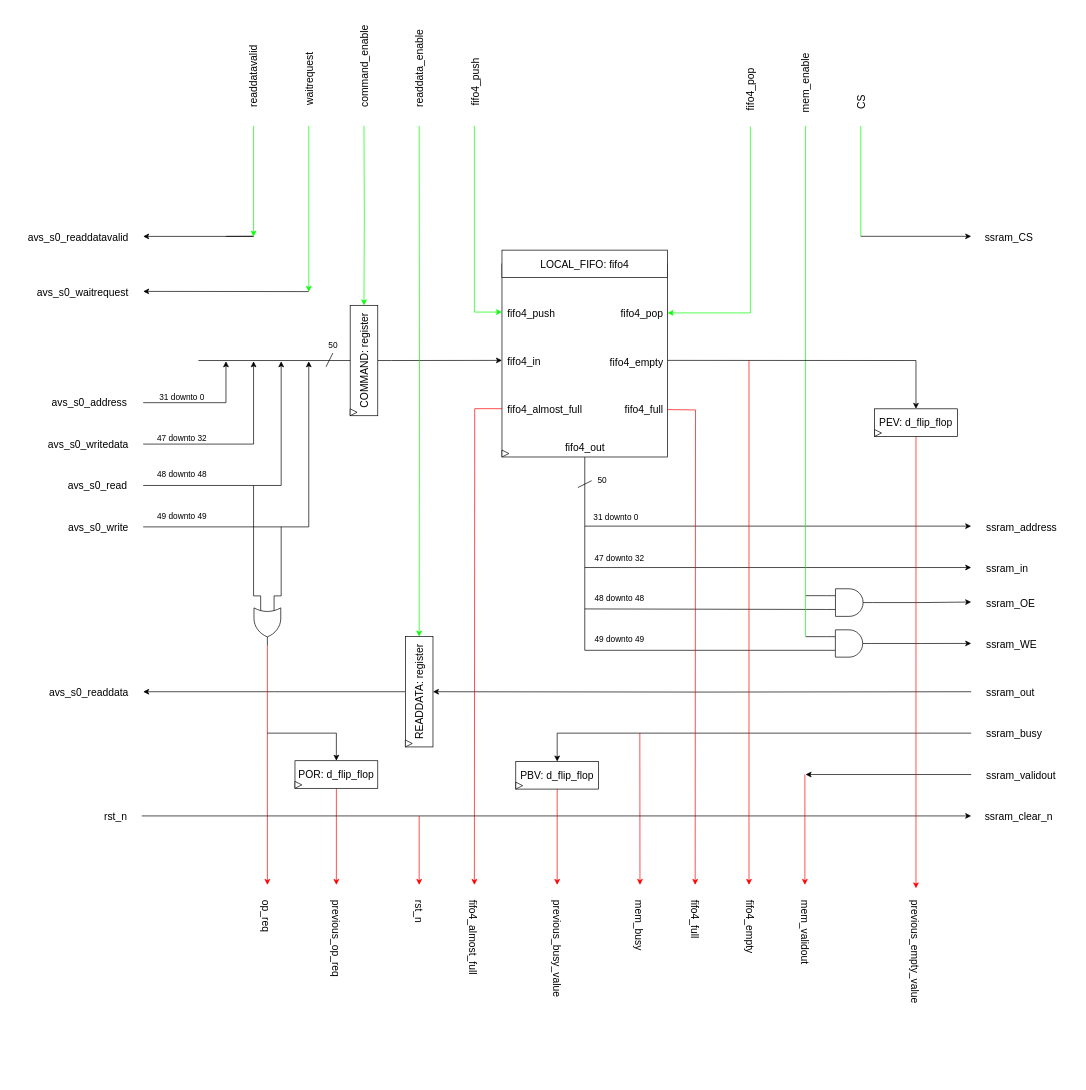
The draw.io diagram page "AvalonMM_to_SSRAM: RTL" (2 of 3) of IP_cores/AvalonMM_to_hRAM/AvalonMM_to_SSRAM_v1/rtl/AvalonMM_to_SSRAM.drawio in AndreaBononi/IP_cores, before the edit. Source tidied: cells renumbered, new cells numbered last; positions are measured from the earlier drawing's top-left corner, leaving out a move shared by most shapes. Both pictures are drawn from the tidied source at 69%, with x=0, y=0 at pixel (12, 50).
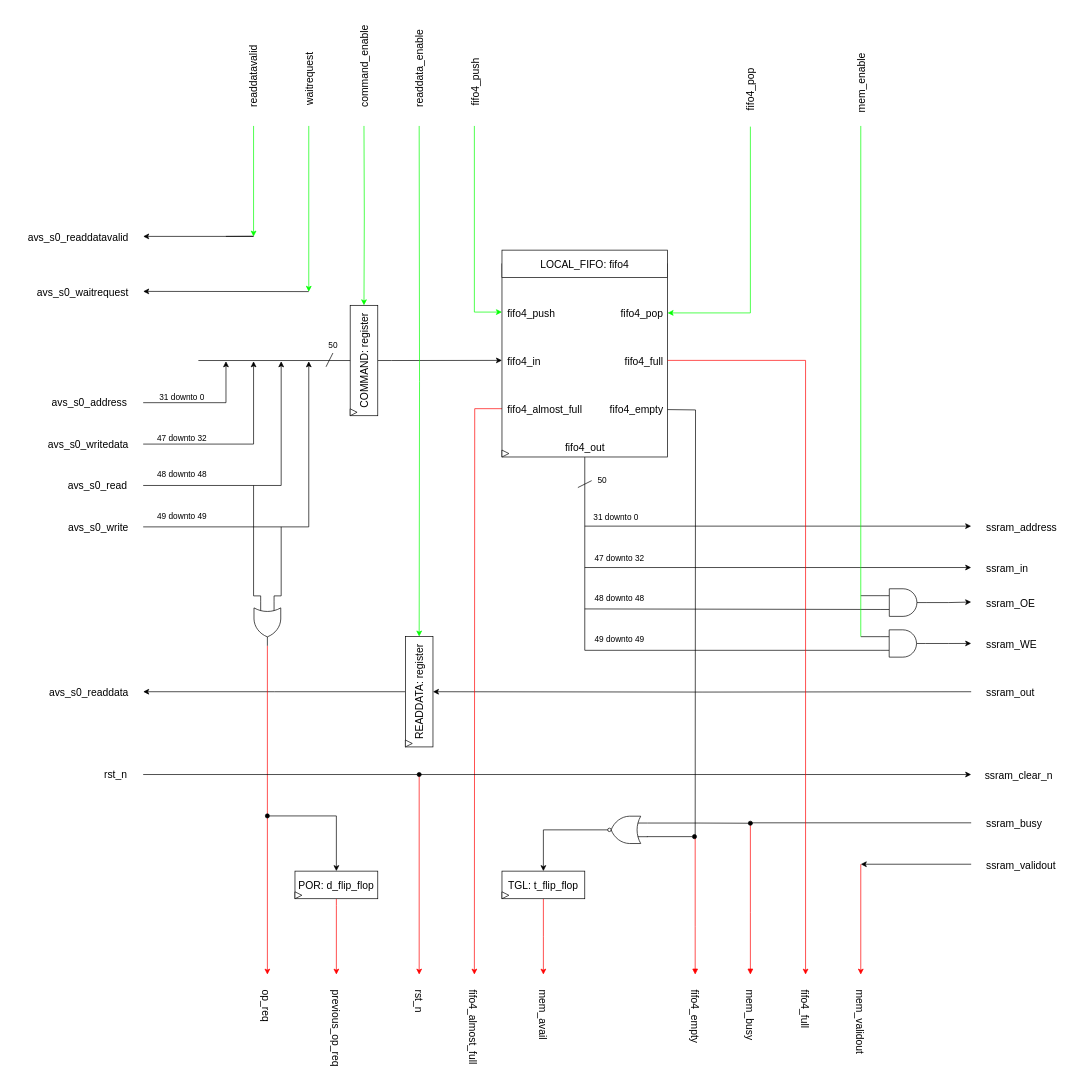
After the change.

Unchanged cells that the change refers to:
```xml
<mxCell id="67" style="verticalLabelPosition=bottom;shadow=0;dashed=0;align=center;html=1;verticalAlign=top;shape=mxgraph.electrical.logic_gates.logic_gate;operation=or;direction=south;" parent="1" vertex="1">
  <mxGeometry x="350.6" y="798.8" width="38.8" height="64.6" as="geometry" />
</mxCell>
<mxCell id="69" style="rounded=0;whiteSpace=wrap;html=1;direction=south;horizontal=1;" parent="1" vertex="1">
  <mxGeometry x="710" y="309.8" width="240" height="280" as="geometry" />
</mxCell>
```

The edit, as a diff of the source:
```diff
@@
     <mxCell id="20" value="&lt;font style=&quot;font-size: 15px;&quot;&gt;ssram_&lt;/font&gt;&lt;font style=&quot;font-size: 15px;&quot;&gt;&lt;font style=&quot;font-size: 15px;&quot;&gt;validout&lt;/font&gt;&lt;/font&gt;" style="text;html=1;align=left;verticalAlign=middle;strokeColor=none;fillColor=none;" parent="1" vertex="1">
-      <mxGeometry x="1410" y="1036.1" width="120" height="30" as="geometry" />
+      <mxGeometry x="1410" y="1166.1" width="120" height="30" as="geometry" />
     </mxCell>
@@
     <mxCell id="33" value="op_req" style="text;html=1;align=left;verticalAlign=middle;strokeColor=none;fillColor=none;fontSize=15;rotation=90;" parent="1" vertex="1">
-      <mxGeometry x="333" y="1250" width="70" height="30" as="geometry" />
+      <mxGeometry x="333" y="1380" width="70" height="30" as="geometry" />
     </mxCell>
@@
     <mxCell id="57" value="&lt;div&gt;mem_validout&lt;/div&gt;" style="text;html=1;align=left;verticalAlign=middle;strokeColor=none;fillColor=none;fontSize=15;rotation=90;" parent="1" vertex="1">
-      <mxGeometry x="1090" y="1275" width="120" height="30" as="geometry" />
+      <mxGeometry x="1170" y="1405" width="120" height="30" as="geometry" />
     </mxCell>
@@
     <mxCell id="60" style="edgeStyle=orthogonalEdgeStyle;rounded=0;jettySize=auto;html=1;exitX=1;exitY=0.5;exitDx=0;exitDy=0;exitPerimeter=0;strokeColor=#FF0000;" parent="1" edge="1" source="67">
       <mxGeometry relative="1" as="geometry">
-        <mxPoint x="370" y="1210" as="targetPoint" />
+        <mxPoint x="370" y="1340" as="targetPoint" />
       </mxGeometry>
     </mxCell>
     <mxCell id="61" value="&lt;font style=&quot;font-size: 15px;&quot;&gt;ssram_&lt;/font&gt;&lt;font style=&quot;font-size: 15px;&quot;&gt;busy&lt;/font&gt;" style="text;html=1;align=left;verticalAlign=middle;strokeColor=none;fillColor=none;" parent="1" vertex="1">
-      <mxGeometry x="1410" y="975" width="100" height="30" as="geometry" />
+      <mxGeometry x="1410" y="1105" width="100" height="30" as="geometry" />
     </mxCell>
-    <mxCell id="62" style="edgeStyle=orthogonalEdgeStyle;rounded=0;orthogonalLoop=1;jettySize=auto;html=1;strokeColor=#FF0000;" parent="1" edge="1">
+    <mxCell id="62" style="edgeStyle=orthogonalEdgeStyle;rounded=0;orthogonalLoop=1;jettySize=auto;html=1;strokeColor=#FF0000;endArrow=block;endFill=1;" parent="1" edge="1">
       <mxGeometry relative="1" as="geometry">
-        <mxPoint x="909.8" y="990" as="sourcePoint" />
-        <mxPoint x="910" y="1210" as="targetPoint" />
+        <mxPoint x="1070" y="1120" as="sourcePoint" />
+        <mxPoint x="1070" y="1340" as="targetPoint" />
         <Array as="points">
-          <mxPoint x="909.8" y="990" />
+          <mxPoint x="1070" y="1250" />
+          <mxPoint x="1070" y="1250" />
         </Array>
       </mxGeometry>
     </mxCell>
     <mxCell id="63" style="endArrow=none;html=1;rounded=0;endFill=0;startArrow=classic;startFill=1;" parent="1" edge="1">
       <mxGeometry relative="1" as="geometry">
-        <mxPoint x="1150" y="1050" as="sourcePoint" />
-        <mxPoint x="1390" y="1050" as="targetPoint" />
+        <mxPoint x="1230" y="1180" as="sourcePoint" />
+        <mxPoint x="1390" y="1180" as="targetPoint" />
       </mxGeometry>
     </mxCell>
-    <mxCell id="64" style="endArrow=classic;html=1;rounded=0;endFill=1;entryX=0;entryY=0.5;entryDx=0;entryDy=0;" parent="1" edge="1" target="113">
+    <mxCell id="64" style="endArrow=none;html=1;rounded=0;endFill=0;" parent="1" edge="1">
       <mxGeometry relative="1" as="geometry">
-        <mxPoint x="1390" y="990" as="sourcePoint" />
-        <Array as="points">
-          <mxPoint x="790" y="990" />
-        </Array>
+        <mxPoint x="1390" y="1120" as="sourcePoint" />
+        <mxPoint x="1070" y="1120" as="targetPoint" />
       </mxGeometry>
     </mxCell>
-    <mxCell id="65" value="&lt;font style=&quot;font-size: 15px;&quot;&gt;ssram_&lt;font style=&quot;font-size: 15px;&quot;&gt;&lt;font style=&quot;font-size: 15px;&quot;&gt;CS&lt;/font&gt;&lt;/font&gt;&lt;/font&gt;" style="text;html=1;align=left;verticalAlign=middle;strokeColor=none;fillColor=none;" parent="1" vertex="1">
-      <mxGeometry x="1408" y="256.1" width="90" height="30" as="geometry" />
-    </mxCell>
@@
     <mxCell id="68" style="edgeStyle=orthogonalEdgeStyle;rounded=0;jettySize=auto;html=1;exitX=0.75;exitY=1;exitDx=0;exitDy=0;strokeColor=#FF0000;" parent="1" edge="1" source="69">
       <mxGeometry relative="1" as="geometry">
-        <mxPoint x="670" y="1210" as="targetPoint" />
+        <mxPoint x="670" y="1340" as="targetPoint" />
       </mxGeometry>
     </mxCell>
@@
     <mxCell id="75" value="fifo4_almost_full" style="text;html=1;align=left;verticalAlign=middle;strokeColor=none;fillColor=none;fontSize=15;rotation=90;" parent="1" vertex="1">
-      <mxGeometry x="604" y="1280" width="130" height="30" as="geometry" />
+      <mxGeometry x="604" y="1410" width="130" height="30" as="geometry" />
     </mxCell>
@@
     <mxCell id="78" value="&lt;font style=&quot;font-size: 15px;&quot;&gt;fifo4_empty&lt;/font&gt;" style="text;html=1;align=right;verticalAlign=middle;strokeColor=none;fillColor=none;" parent="1" vertex="1">
-      <mxGeometry x="845" y="437.1" width="100" height="30" as="geometry" />
+      <mxGeometry x="845" y="506.1" width="100" height="30" as="geometry" />
     </mxCell>
-    <mxCell id="79" style="edgeStyle=orthogonalEdgeStyle;rounded=0;orthogonalLoop=1;jettySize=auto;html=1;exitX=0;exitY=0.5;exitDx=0;exitDy=0;" parent="1" edge="1">
+    <mxCell id="79" style="edgeStyle=orthogonalEdgeStyle;rounded=0;jettySize=auto;html=1;startArrow=oval;startFill=1;entryX=0;entryY=0.5;entryDx=0;entryDy=0;" parent="1" edge="1" target="81">
       <mxGeometry relative="1" as="geometry">
-        <mxPoint x="370" y="990" as="sourcePoint" />
-        <mxPoint x="470" y="1030" as="targetPoint" />
+        <mxPoint x="370" y="1110" as="sourcePoint" />
         <Array as="points">
-          <mxPoint x="470" y="990" />
-          <mxPoint x="470" y="1020" />
+          <mxPoint x="470" y="1110" />
         </Array>
       </mxGeometry>
     </mxCell>
     <mxCell id="80" style="edgeStyle=orthogonalEdgeStyle;rounded=0;jettySize=auto;html=1;exitX=1;exitY=0.5;exitDx=0;exitDy=0;strokeColor=#FF0000;" parent="1" edge="1" source="81">
       <mxGeometry relative="1" as="geometry">
-        <mxPoint x="470" y="1210" as="targetPoint" />
+        <mxPoint x="470" y="1340" as="targetPoint" />
         <Array as="points">
-          <mxPoint x="470" y="1110" />
-          <mxPoint x="470" y="1110" />
+          <mxPoint x="470" y="1240" />
+          <mxPoint x="470" y="1240" />
         </Array>
       </mxGeometry>
     </mxCell>
     <mxCell id="81" value="&lt;font style=&quot;font-size: 15px;&quot;&gt;POR: d_flip_flop&lt;/font&gt;" style="rounded=0;whiteSpace=wrap;html=1;direction=south;horizontal=1;" parent="1" vertex="1">
-      <mxGeometry x="410" y="1030" width="120" height="40" as="geometry" />
+      <mxGeometry x="410" y="1190" width="120" height="40" as="geometry" />
     </mxCell>
     <mxCell id="82" style="triangle;whiteSpace=wrap;html=1;direction=east;" parent="1" vertex="1">
-      <mxGeometry x="410" y="1060" width="10" height="10" as="geometry" />
+      <mxGeometry x="410" y="1220" width="10" height="10" as="geometry" />
     </mxCell>
     <mxCell id="83" value="previous_op_req" style="text;html=1;align=left;verticalAlign=middle;strokeColor=none;fillColor=none;fontSize=15;rotation=90;" parent="1" vertex="1">
-      <mxGeometry x="405" y="1280" width="130" height="30" as="geometry" />
+      <mxGeometry x="405" y="1410" width="130" height="30" as="geometry" />
     </mxCell>
@@
     <mxCell id="85" value="&lt;font style=&quot;font-size: 15px;&quot;&gt;fifo4_full&lt;/font&gt;" style="text;html=1;align=right;verticalAlign=middle;strokeColor=none;fillColor=none;" parent="1" vertex="1">
-      <mxGeometry x="865" y="506.1" width="80" height="30" as="geometry" />
+      <mxGeometry x="865" y="436.2" width="80" height="30" as="geometry" />
     </mxCell>
-    <mxCell id="86" style="edgeStyle=orthogonalEdgeStyle;rounded=0;orthogonalLoop=1;jettySize=auto;html=1;exitX=0.75;exitY=1;exitDx=0;exitDy=0;strokeColor=#FF0000;" parent="1" edge="1">
+    <mxCell id="86" style="edgeStyle=orthogonalEdgeStyle;rounded=0;orthogonalLoop=1;jettySize=auto;html=1;exitX=0.75;exitY=1;exitDx=0;exitDy=0;strokeColor=default;endArrow=none;endFill=0;" parent="1" edge="1">
       <mxGeometry relative="1" as="geometry">
         <mxPoint x="950" y="521.1" as="sourcePoint" />
-        <mxPoint x="990" y="1210" as="targetPoint" />
+        <mxPoint x="990" y="1140" as="targetPoint" />
       </mxGeometry>
     </mxCell>
     <mxCell id="87" value="fifo4_full" style="text;html=1;align=left;verticalAlign=middle;strokeColor=none;fillColor=none;fontSize=15;rotation=90;" parent="1" vertex="1">
-      <mxGeometry x="950" y="1255" width="80" height="30" as="geometry" />
+      <mxGeometry x="1110" y="1385" width="80" height="30" as="geometry" />
     </mxCell>
-    <mxCell id="88" style="endArrow=none;html=1;rounded=0;strokeColor=#00FF00;endFill=0;" parent="1" edge="1">
-      <mxGeometry relative="1" as="geometry">
-        <mxPoint x="1230" y="110" as="sourcePoint" />
-        <mxPoint x="1230" y="270" as="targetPoint" />
-      </mxGeometry>
-    </mxCell>
     <mxCell id="89" style="endArrow=classic;html=1;rounded=0;fontSize=15;" parent="1" edge="1">
       <mxGeometry relative="1" as="geometry">
-        <mxPoint x="188" y="1110" as="sourcePoint" />
-        <mxPoint x="1390" y="1110" as="targetPoint" />
+        <mxPoint x="590" y="1050" as="sourcePoint" />
+        <mxPoint x="1390" y="1050" as="targetPoint" />
       </mxGeometry>
     </mxCell>
     <mxCell id="90" value="&lt;font style=&quot;font-size: 15px;&quot;&gt;ssram_clear_n&lt;/font&gt;" style="text;html=1;align=left;verticalAlign=middle;strokeColor=none;fillColor=none;" parent="1" vertex="1">
-      <mxGeometry x="1408" y="1096.1" width="120" height="30" as="geometry" />
+      <mxGeometry x="1408" y="1036.1" width="120" height="30" as="geometry" />
     </mxCell>
     <mxCell id="91" value="&lt;font style=&quot;font-size: 15px;&quot;&gt;rst_n&lt;/font&gt;" style="text;html=1;align=right;verticalAlign=middle;strokeColor=none;fillColor=none;" parent="1" vertex="1">
-      <mxGeometry x="108" y="1095" width="60" height="30" as="geometry" />
+      <mxGeometry x="108" y="1035" width="60" height="30" as="geometry" />
     </mxCell>
-    <mxCell id="92" style="edgeStyle=orthogonalEdgeStyle;rounded=0;orthogonalLoop=1;jettySize=auto;html=1;exitX=1;exitY=0.5;exitDx=0;exitDy=0;strokeColor=#FF0000;" parent="1" edge="1">
+    <mxCell id="92" style="edgeStyle=orthogonalEdgeStyle;rounded=0;orthogonalLoop=1;jettySize=auto;html=1;strokeColor=#FF0000;" parent="1" edge="1">
       <mxGeometry relative="1" as="geometry">
-        <mxPoint x="590" y="1110" as="sourcePoint" />
-        <mxPoint x="590" y="1210" as="targetPoint" />
+        <mxPoint x="590" y="1050" as="sourcePoint" />
+        <mxPoint x="590" y="1340" as="targetPoint" />
       </mxGeometry>
     </mxCell>
     <mxCell id="93" value="&lt;font style=&quot;font-size: 15px;&quot;&gt;rst_n&lt;/font&gt;" style="text;html=1;align=left;verticalAlign=middle;strokeColor=none;fillColor=none;rotation=90;" parent="1" vertex="1">
-      <mxGeometry x="560" y="1245" width="60" height="30" as="geometry" />
+      <mxGeometry x="560" y="1375" width="60" height="30" as="geometry" />
     </mxCell>
@@
-    <mxCell id="95" style="endArrow=classic;html=1;rounded=0;" parent="1" edge="1">
-      <mxGeometry relative="1" as="geometry">
-        <mxPoint x="1230" y="270" as="sourcePoint" />
-        <mxPoint x="1390" y="270" as="targetPoint" />
-      </mxGeometry>
-    </mxCell>
-    <mxCell id="96" value="CS" style="text;html=1;align=left;verticalAlign=middle;strokeColor=none;fillColor=none;fontSize=15;rotation=-90;" parent="1" vertex="1">
-      <mxGeometry x="1210" y="53" width="40" height="30" as="geometry" />
-    </mxCell>
     <mxCell id="97" style="edgeStyle=orthogonalEdgeStyle;rounded=0;orthogonalLoop=1;jettySize=auto;html=1;exitX=1;exitY=0.5;exitDx=0;exitDy=0;strokeColor=#FF0000;" parent="1" edge="1">
       <mxGeometry relative="1" as="geometry">
-        <mxPoint x="1149" y="1050" as="sourcePoint" />
-        <mxPoint x="1149" y="1210" as="targetPoint" />
+        <mxPoint x="1230" y="1180" as="sourcePoint" />
+        <mxPoint x="1230" y="1340" as="targetPoint" />
       </mxGeometry>
     </mxCell>
-    <mxCell id="98" value="&lt;div&gt;mem_busy&lt;/div&gt;" style="text;html=1;align=left;verticalAlign=middle;strokeColor=none;fillColor=none;fontSize=15;rotation=90;" parent="1" vertex="1">
-      <mxGeometry x="860" y="1265" width="100" height="30" as="geometry" />
-    </mxCell>
-    <mxCell id="99" style="edgeStyle=orthogonalEdgeStyle;rounded=0;orthogonalLoop=1;jettySize=auto;html=1;strokeColor=#FF0000;" parent="1" edge="1">
+    <mxCell id="99" style="edgeStyle=orthogonalEdgeStyle;rounded=0;jettySize=auto;html=1;strokeColor=#FF0000;exitX=0.5;exitY=0;exitDx=0;exitDy=0;" parent="1" edge="1" source="69">
       <mxGeometry relative="1" as="geometry">
-        <mxPoint x="1068" y="450" as="sourcePoint" />
-        <mxPoint x="1068" y="1210" as="targetPoint" />
+        <mxPoint x="1150" y="1340" as="targetPoint" />
+        <Array as="points">
+          <mxPoint x="1150" y="450" />
+          <mxPoint x="1150" y="1340" />
+        </Array>
       </mxGeometry>
     </mxCell>
-    <mxCell id="100" value="fifo4_empty" style="text;html=1;align=left;verticalAlign=middle;strokeColor=none;fillColor=none;fontSize=15;rotation=90;" parent="1" vertex="1">
-      <mxGeometry x="1020" y="1265" width="100" height="30" as="geometry" />
-    </mxCell>
@@
     <mxCell id="102" style="edgeStyle=orthogonalEdgeStyle;rounded=0;jettySize=auto;html=1;exitX=0;exitY=0.25;exitDx=0;exitDy=0;exitPerimeter=0;endArrow=none;endFill=0;" parent="1" edge="1" source="103">
       <mxGeometry relative="1" as="geometry">
-        <mxPoint x="1150" y="791.1" as="targetPoint" />
+        <mxPoint x="1230" y="791.1" as="targetPoint" />
       </mxGeometry>
     </mxCell>
     <mxCell id="103" style="verticalLabelPosition=bottom;shadow=0;dashed=0;align=center;html=1;verticalAlign=top;shape=mxgraph.electrical.logic_gates.logic_gate;operation=and;" parent="1" vertex="1">
-      <mxGeometry x="1180" y="780.8" width="66.7" height="40" as="geometry" />
+      <mxGeometry x="1258" y="780.8" width="66.7" height="40" as="geometry" />
     </mxCell>
@@
     <mxCell id="105" style="edgeStyle=orthogonalEdgeStyle;rounded=0;jettySize=auto;html=1;exitX=0;exitY=0.25;exitDx=0;exitDy=0;exitPerimeter=0;endArrow=none;endFill=0;" parent="1" edge="1" source="106">
       <mxGeometry relative="1" as="geometry">
-        <mxPoint x="1150" y="851.1" as="targetPoint" />
+        <mxPoint x="1230" y="851.1" as="targetPoint" />
       </mxGeometry>
     </mxCell>
     <mxCell id="106" style="verticalLabelPosition=bottom;shadow=0;dashed=0;align=center;html=1;verticalAlign=top;shape=mxgraph.electrical.logic_gates.logic_gate;operation=and;" parent="1" vertex="1">
-      <mxGeometry x="1180" y="840.3" width="66" height="39.6" as="geometry" />
+      <mxGeometry x="1258" y="840.3" width="66" height="39.6" as="geometry" />
     </mxCell>
     <mxCell id="107" style="endArrow=none;html=1;rounded=0;strokeColor=#00FF00;endFill=0;" parent="1" edge="1">
       <mxGeometry relative="1" as="geometry">
-        <mxPoint x="1150" y="110" as="sourcePoint" />
-        <mxPoint x="1150" y="850" as="targetPoint" />
+        <mxPoint x="1230" y="110" as="sourcePoint" />
+        <mxPoint x="1230" y="850" as="targetPoint" />
       </mxGeometry>
     </mxCell>
     <mxCell id="108" value="mem_enable" style="text;html=1;align=left;verticalAlign=middle;strokeColor=none;fillColor=none;fontSize=15;rotation=-90;" parent="1" vertex="1">
-      <mxGeometry x="1095" y="23" width="110" height="30" as="geometry" />
+      <mxGeometry x="1175" y="23" width="110" height="30" as="geometry" />
     </mxCell>
-    <mxCell id="109" style="edgeStyle=orthogonalEdgeStyle;rounded=0;jettySize=auto;html=1;exitX=1;exitY=0.5;exitDx=0;exitDy=0;strokeColor=#FF0000;" parent="1" edge="1" source="110">
-      <mxGeometry relative="1" as="geometry">
-        <mxPoint x="1310" y="1215" as="targetPoint" />
-      </mxGeometry>
-    </mxCell>
-    <mxCell id="110" value="&lt;font style=&quot;font-size: 15px;&quot;&gt;PEV: d_flip_flop&lt;/font&gt;" style="rounded=0;whiteSpace=wrap;html=1;direction=south;horizontal=1;" parent="1" vertex="1">
-      <mxGeometry x="1250" y="520" width="120" height="40" as="geometry" />
-    </mxCell>
-    <mxCell id="111" style="triangle;whiteSpace=wrap;html=1;direction=east;" parent="1" vertex="1">
-      <mxGeometry x="1250" y="550" width="10" height="10" as="geometry" />
-    </mxCell>
-    <mxCell id="112" style="edgeStyle=orthogonalEdgeStyle;rounded=0;jettySize=auto;html=1;exitX=1;exitY=0.5;exitDx=0;exitDy=0;strokeColor=#FF0000;" parent="1" edge="1" source="113">
-      <mxGeometry relative="1" as="geometry">
-        <mxPoint x="790" y="1210" as="targetPoint" />
-      </mxGeometry>
-    </mxCell>
+    <mxCell id="118" style="edgeStyle=orthogonalEdgeStyle;rounded=0;jettySize=auto;html=1;exitX=1;exitY=0.5;exitDx=0;exitDy=0;strokeColor=#FF0000;" parent="1" edge="1" source="113">
+      <mxGeometry relative="1" as="geometry">
+        <mxPoint x="770" y="1340" as="targetPoint" />
+      </mxGeometry>
+    </mxCell>
-    <mxCell id="113" value="&lt;font style=&quot;font-size: 15px;&quot;&gt;PBV: d_flip_flop&lt;/font&gt;" style="rounded=0;whiteSpace=wrap;html=1;direction=south;horizontal=1;" parent="1" vertex="1">
-      <mxGeometry x="730" y="1031.1" width="120" height="40" as="geometry" />
+    <mxCell id="113" value="&lt;font style=&quot;font-size: 15px;&quot;&gt;TGL: t_flip_flop&lt;/font&gt;" style="rounded=0;whiteSpace=wrap;html=1;direction=south;horizontal=1;" parent="1" vertex="1">
+      <mxGeometry x="710" y="1190" width="120" height="40" as="geometry" />
     </mxCell>
     <mxCell id="114" style="triangle;whiteSpace=wrap;html=1;direction=east;" parent="1" vertex="1">
-      <mxGeometry x="730" y="1061.1" width="10" height="10" as="geometry" />
+      <mxGeometry x="710" y="1220" width="10" height="10" as="geometry" />
     </mxCell>
-    <mxCell id="115" value="&lt;div&gt;previous_busy_value&lt;br&gt;&lt;/div&gt;" style="text;html=1;align=left;verticalAlign=middle;strokeColor=none;fillColor=none;fontSize=15;rotation=90;" parent="1" vertex="1">
-      <mxGeometry x="710" y="1295" width="160" height="30" as="geometry" />
-    </mxCell>
-    <mxCell id="116" style="endArrow=classic;html=1;rounded=0;exitX=0.5;exitY=0;exitDx=0;exitDy=0;entryX=0;entryY=0.5;entryDx=0;entryDy=0;" parent="1" edge="1" source="69" target="110">
-      <mxGeometry relative="1" as="geometry">
-        <Array as="points">
-          <mxPoint x="1310" y="450" />
-        </Array>
-      </mxGeometry>
-    </mxCell>
-    <mxCell id="117" value="&lt;div&gt;previous_empty_value&lt;br&gt;&lt;/div&gt;" style="text;html=1;align=left;verticalAlign=middle;strokeColor=none;fillColor=none;fontSize=15;rotation=90;" parent="1" vertex="1">
-      <mxGeometry x="1225" y="1300" width="170" height="30" as="geometry" />
-    </mxCell>
+    <mxCell id="119" style="edgeStyle=orthogonalEdgeStyle;rounded=0;jettySize=auto;html=1;exitX=1;exitY=0.5;exitDx=0;exitDy=0;exitPerimeter=0;entryX=0;entryY=0.5;entryDx=0;entryDy=0;" parent="1" edge="1" source="121" target="113">
+      <mxGeometry relative="1" as="geometry" />
+    </mxCell>
+    <mxCell id="120" style="edgeStyle=orthogonalEdgeStyle;rounded=0;jettySize=auto;html=1;exitX=0;exitY=0.75;exitDx=0;exitDy=0;exitPerimeter=0;endArrow=oval;endFill=1;" parent="1" edge="1" source="121">
+      <mxGeometry relative="1" as="geometry">
+        <mxPoint x="1070" y="1120.6" as="targetPoint" />
+      </mxGeometry>
+    </mxCell>
+    <mxCell id="121" style="verticalLabelPosition=bottom;shadow=0;dashed=0;align=center;html=1;verticalAlign=top;shape=mxgraph.electrical.logic_gates.logic_gate;operation=or;negating=1;negSize=0.15;direction=west;" parent="1" vertex="1">
+      <mxGeometry x="855" y="1110.4" width="66" height="39.6" as="geometry" />
+    </mxCell>
+    <mxCell id="122" style="endArrow=oval;html=1;rounded=0;endFill=1;" parent="1" edge="1">
+      <mxGeometry relative="1" as="geometry">
+        <mxPoint x="190" y="1050" as="sourcePoint" />
+        <mxPoint x="590" y="1050" as="targetPoint" />
+      </mxGeometry>
+    </mxCell>
+    <mxCell id="123" style="edgeStyle=orthogonalEdgeStyle;rounded=0;orthogonalLoop=1;jettySize=auto;html=1;strokeColor=#FF0000;endArrow=block;endFill=1;" parent="1" edge="1">
+      <mxGeometry relative="1" as="geometry">
+        <mxPoint x="990" y="1140" as="sourcePoint" />
+        <mxPoint x="990" y="1340" as="targetPoint" />
+        <Array as="points">
+          <mxPoint x="990" y="1270" />
+          <mxPoint x="990" y="1270" />
+        </Array>
+      </mxGeometry>
+    </mxCell>
+    <mxCell id="124" style="edgeStyle=orthogonalEdgeStyle;rounded=0;orthogonalLoop=1;jettySize=auto;html=1;exitX=0;exitY=0.25;exitDx=0;exitDy=0;exitPerimeter=0;endArrow=oval;endFill=1;" parent="1" edge="1">
+      <mxGeometry relative="1" as="geometry">
+        <mxPoint x="920" y="1140" as="sourcePoint" />
+        <mxPoint x="989" y="1140" as="targetPoint" />
+        <Array as="points">
+          <mxPoint x="989" y="1140" />
+        </Array>
+      </mxGeometry>
+    </mxCell>
+    <mxCell id="98" value="mem_busy" style="text;html=1;align=left;verticalAlign=middle;strokeColor=none;fillColor=none;fontSize=15;rotation=90;" parent="1" vertex="1">
+      <mxGeometry x="1020" y="1395" width="100" height="30" as="geometry" />
+    </mxCell>
+    <mxCell id="100" value="fifo4_empty" style="text;html=1;align=left;verticalAlign=middle;strokeColor=none;fillColor=none;fontSize=15;rotation=90;" parent="1" vertex="1">
+      <mxGeometry x="940" y="1395" width="100" height="30" as="geometry" />
+    </mxCell>
+    <mxCell id="125" value="mem_avail" style="text;html=1;align=left;verticalAlign=middle;strokeColor=none;fillColor=none;fontSize=15;rotation=90;" parent="1" vertex="1">
+      <mxGeometry x="720" y="1395" width="100" height="30" as="geometry" />
+    </mxCell>
```
